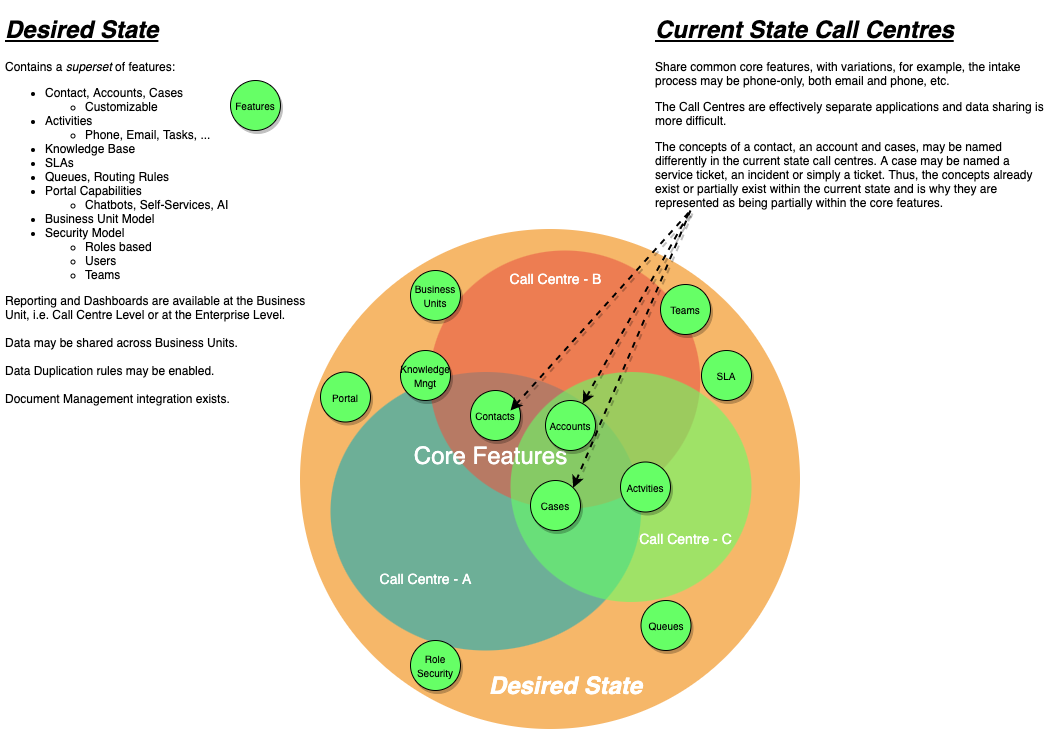
Before: resources/images/gap.png, a diagram exported from draw.io (hanyg/gitdemo). Source tidied: cells renumbered, new cells last; positions are measured from the earlier drawing's top-left corner, leaving out a move shared by most shapes. Source of this version:
```xml
<mxGraphModel>
  <root>
    <mxCell id="0" />
    <mxCell id="1" parent="0" />
    <mxCell id="2" style="ellipse;fillColor=#F08705;opacity=60;strokeColor=none;html=1;fontColor=#FFFFFF;" parent="1" vertex="1">
      <mxGeometry x="299.5" y="218.5" width="500" height="500" as="geometry" />
    </mxCell>
    <mxCell id="3" style="ellipse;fillColor=#12AAB5;opacity=60;strokeColor=none;html=1;fontColor=#FFFFFF;" parent="1" vertex="1">
      <mxGeometry x="330" y="361.5" width="310.5" height="278.5" as="geometry" />
    </mxCell>
    <mxCell id="4" style="ellipse;fillColor=#e85642;opacity=60;strokeColor=none;html=1;fontColor=#FFFFFF;" parent="1" vertex="1">
      <mxGeometry x="429.2" y="240" width="270.5" height="258.5" as="geometry" />
    </mxCell>
    <mxCell id="5" value="&lt;font style=&quot;font-size: 14px&quot;&gt;Call Centre - A&lt;/font&gt;" style="text;fontSize=24;align=center;verticalAlign=middle;html=1;fontColor=#FFFFFF;" parent="1" vertex="1">
      <mxGeometry x="330" y="530" width="190" height="70" as="geometry" />
    </mxCell>
    <mxCell id="6" value="&lt;b&gt;&lt;i&gt;Desired State&lt;/i&gt;&lt;/b&gt;" style="text;fontSize=24;align=center;verticalAlign=middle;html=1;fontColor=#FFFFFF;" parent="1" vertex="1">
      <mxGeometry x="469.5" y="640" width="190" height="70" as="geometry" />
    </mxCell>
    <mxCell id="7" value="&lt;font style=&quot;font-size: 14px&quot;&gt;Call Centre - B&lt;/font&gt;" style="text;fontSize=24;align=center;verticalAlign=middle;html=1;fontColor=#FFFFFF;" parent="1" vertex="1">
      <mxGeometry x="460" y="230" width="190" height="70" as="geometry" />
    </mxCell>
    <mxCell id="8" style="ellipse;opacity=60;strokeColor=none;html=1;fontColor=#FFFFFF;fillColor=#66FF66;" parent="1" vertex="1">
      <mxGeometry x="510" y="361.5" width="241" height="230" as="geometry" />
    </mxCell>
    <mxCell id="9" value="&lt;font style=&quot;font-size: 14px&quot;&gt;Call Centre - C&lt;/font&gt;" style="text;fontSize=24;align=center;verticalAlign=middle;html=1;fontColor=#FFFFFF;" parent="1" vertex="1">
      <mxGeometry x="590" y="490" width="190" height="70" as="geometry" />
    </mxCell>
    <mxCell id="10" value="Core Features" style="text;fontSize=24;align=center;verticalAlign=middle;html=1;fontColor=#FFFFFF;" parent="1" vertex="1">
      <mxGeometry x="395" y="410" width="190" height="70" as="geometry" />
    </mxCell>
    <mxCell id="11" value="&lt;h1&gt;&lt;i&gt;&lt;u&gt;Desired State&lt;/u&gt;&lt;/i&gt;&lt;/h1&gt;&lt;p&gt;Contains a &lt;i&gt;superset &lt;/i&gt;of features:&lt;/p&gt;&lt;p&gt;&lt;/p&gt;&lt;ul&gt;&lt;li&gt;Contact, Accounts, Cases&lt;/li&gt;&lt;ul&gt;&lt;li&gt;&lt;span&gt;Customizable&lt;/span&gt;&lt;/li&gt;&lt;/ul&gt;&lt;li&gt;Activities&lt;/li&gt;&lt;ul&gt;&lt;li&gt;Phone, Email, Tasks, ...&lt;/li&gt;&lt;/ul&gt;&lt;li&gt;Knowledge Base&lt;/li&gt;&lt;li&gt;SLAs&lt;/li&gt;&lt;li&gt;Queues, Routing Rules&lt;/li&gt;&lt;li&gt;Portal Capabilities&lt;/li&gt;&lt;ul&gt;&lt;li&gt;Chatbots, Self-Services, AI&lt;/li&gt;&lt;/ul&gt;&lt;li&gt;Business Unit Model&lt;/li&gt;&lt;li&gt;Security Model&lt;/li&gt;&lt;ul&gt;&lt;li&gt;Roles based&lt;/li&gt;&lt;li&gt;Users&lt;/li&gt;&lt;li&gt;Teams&lt;/li&gt;&lt;/ul&gt;&lt;/ul&gt;&lt;span&gt;Reporting and Dashboards are available at the Business Unit, i.e. Call Centre Level or at the Enterprise Level.&lt;/span&gt;&lt;br&gt;&lt;div&gt;&lt;br&gt;&lt;/div&gt;&lt;div&gt;Data may be shared across Business Units.&lt;/div&gt;&lt;div&gt;&lt;br&gt;&lt;/div&gt;&lt;div&gt;Data Duplication rules may be enabled.&lt;/div&gt;&lt;div&gt;&lt;br&gt;&lt;/div&gt;&lt;div&gt;Document Management integration exists.&lt;/div&gt;&lt;br&gt;&lt;p&gt;&lt;/p&gt;" style="text;html=1;strokeColor=none;fillColor=none;spacing=5;spacingTop=-20;whiteSpace=wrap;overflow=hidden;rounded=0;" parent="1" vertex="1">
      <mxGeometry width="320" height="460" as="geometry" />
    </mxCell>
    <mxCell id="12" value="&lt;h1&gt;&lt;i&gt;&lt;u&gt;Current State Call Centres&lt;/u&gt;&lt;/i&gt;&lt;/h1&gt;&lt;p&gt;Share common core&amp;nbsp;features, with variations, for example, the intake process may be phone-only, both email and phone, etc.&lt;/p&gt;&lt;p&gt;The Call Centres are effectively separate applications and data sharing is more difficult.&lt;/p&gt;&lt;p&gt;The concepts of a contact, an account and cases, may be named differently in the current state call centres. A case may be named a service ticket, an incident or simply a ticket. Thus, the concepts already exist or partially exist within the current state and is why they are represented as being partially within the core features.&lt;/p&gt;&lt;br&gt;&lt;p&gt;&lt;/p&gt;" style="text;html=1;strokeColor=none;fillColor=none;spacing=5;spacingTop=-20;whiteSpace=wrap;overflow=hidden;rounded=0;" parent="1" vertex="1">
      <mxGeometry x="650" width="400" height="310" as="geometry" />
    </mxCell>
    <mxCell id="13" value="&lt;font style=&quot;font-size: 10px&quot;&gt;Contacts&lt;/font&gt;" style="ellipse;whiteSpace=wrap;html=1;fillColor=#66FF66;shadow=1;" parent="1" vertex="1">
      <mxGeometry x="470" y="380" width="50" height="50" as="geometry" />
    </mxCell>
    <mxCell id="14" value="&lt;font style=&quot;font-size: 10px&quot;&gt;Accounts&lt;/font&gt;" style="ellipse;whiteSpace=wrap;html=1;fillColor=#66FF66;shadow=1;" parent="1" vertex="1">
      <mxGeometry x="545" y="390" width="50" height="50" as="geometry" />
    </mxCell>
    <mxCell id="15" value="&lt;font style=&quot;font-size: 10px&quot;&gt;Cases&lt;/font&gt;" style="ellipse;whiteSpace=wrap;html=1;fillColor=#66FF66;shadow=1;" parent="1" vertex="1">
      <mxGeometry x="530" y="470" width="50" height="50" as="geometry" />
    </mxCell>
    <mxCell id="16" value="&lt;font style=&quot;font-size: 10px&quot;&gt;Actvities&lt;/font&gt;" style="ellipse;whiteSpace=wrap;html=1;fillColor=#66FF66;shadow=1;" parent="1" vertex="1">
      <mxGeometry x="620" y="451.5" width="50" height="50" as="geometry" />
    </mxCell>
    <mxCell id="17" value="&lt;font style=&quot;font-size: 10px&quot;&gt;Knowledge&lt;br&gt;Mngt&lt;br&gt;&lt;/font&gt;" style="ellipse;whiteSpace=wrap;html=1;fillColor=#66FF66;shadow=1;" parent="1" vertex="1">
      <mxGeometry x="400" y="340" width="50" height="50" as="geometry" />
    </mxCell>
    <mxCell id="18" value="&lt;font style=&quot;font-size: 10px&quot;&gt;SLA&lt;br&gt;&lt;/font&gt;" style="ellipse;whiteSpace=wrap;html=1;fillColor=#66FF66;shadow=1;" parent="1" vertex="1">
      <mxGeometry x="701" y="340" width="50" height="50" as="geometry" />
    </mxCell>
    <mxCell id="19" value="&lt;font style=&quot;font-size: 10px&quot;&gt;Queues&lt;br&gt;&lt;/font&gt;" style="ellipse;whiteSpace=wrap;html=1;fillColor=#66FF66;shadow=1;" parent="1" vertex="1">
      <mxGeometry x="640.5" y="590" width="50" height="50" as="geometry" />
    </mxCell>
    <mxCell id="20" value="&lt;font style=&quot;font-size: 10px&quot;&gt;Portal&lt;span style=&quot;color: rgba(0 , 0 , 0 , 0) ; font-family: monospace ; font-size: 0px&quot;&gt;%3CmxGraphModel%3E%3Croot%3E%3CmxCell%20id%3D%220%22%2F%3E%3CmxCell%20id%3D%221%22%20parent%3D%220%22%2F%3E%3CmxCell%20id%3D%222%22%20value%3D%22%26lt%3Bfont%20style%3D%26quot%3Bfont-size%3A%2010px%26quot%3B%26gt%3BQueues%26lt%3Bbr%26gt%3B%26lt%3B%2Ffont%26gt%3B%22%20style%3D%22ellipse%3BwhiteSpace%3Dwrap%3Bhtml%3D1%3Baspect%3Dfixed%3BfillColor%3D%2366FF66%3B%22%20vertex%3D%221%22%20parent%3D%221%22%3E%3CmxGeometry%20x%3D%22680.5%22%20y%3D%22680%22%20width%3D%2250%22%20height%3D%2250%22%20as%3D%22geometry%22%2F%3E%3C%2FmxCell%3E%3C%2Froot%3E%3C%2FmxGraphModel%3E&lt;/span&gt;&lt;br&gt;&lt;/font&gt;" style="ellipse;whiteSpace=wrap;html=1;fillColor=#66FF66;shadow=1;" parent="1" vertex="1">
      <mxGeometry x="320" y="361.5" width="50" height="50" as="geometry" />
    </mxCell>
    <mxCell id="21" value="&lt;font style=&quot;font-size: 10px&quot;&gt;Business&lt;br&gt;Units&lt;br&gt;&lt;/font&gt;" style="ellipse;whiteSpace=wrap;html=1;fillColor=#66FF66;shadow=1;" parent="1" vertex="1">
      <mxGeometry x="410" y="260" width="50" height="50" as="geometry" />
    </mxCell>
    <mxCell id="22" value="&lt;font style=&quot;font-size: 10px&quot;&gt;Role&lt;br&gt;Security&lt;br&gt;&lt;/font&gt;" style="ellipse;whiteSpace=wrap;html=1;fillColor=#66FF66;shadow=1;" parent="1" vertex="1">
      <mxGeometry x="410" y="630" width="50" height="50" as="geometry" />
    </mxCell>
    <mxCell id="23" value="&lt;font style=&quot;font-size: 10px&quot;&gt;Teams&lt;br&gt;&lt;/font&gt;" style="ellipse;whiteSpace=wrap;html=1;fillColor=#66FF66;shadow=1;" parent="1" vertex="1">
      <mxGeometry x="660" y="274" width="50" height="50" as="geometry" />
    </mxCell>
    <mxCell id="24" value="&lt;font style=&quot;font-size: 10px&quot;&gt;Features&lt;br&gt;&lt;/font&gt;" style="ellipse;whiteSpace=wrap;html=1;fillColor=#66FF66;shadow=1;" parent="1" vertex="1">
      <mxGeometry x="230" y="70" width="50" height="50" as="geometry" />
    </mxCell>
    <mxCell id="25" style="endArrow=none;html=1;startArrow=classic;startFill=1;endFill=0;shadow=1;dashed=1;strokeWidth=2;" parent="1" edge="1">
      <mxGeometry relative="1" as="geometry">
        <mxPoint x="510" y="400" as="sourcePoint" />
        <mxPoint x="690" y="200" as="targetPoint" />
      </mxGeometry>
    </mxCell>
    <mxCell id="26" style="endArrow=none;html=1;startArrow=classic;startFill=1;endFill=0;shadow=1;dashed=1;strokeWidth=2;" parent="1" edge="1" source="14">
      <mxGeometry relative="1" as="geometry">
        <mxPoint x="690" y="200" as="targetPoint" />
      </mxGeometry>
    </mxCell>
    <mxCell id="27" style="endArrow=none;html=1;startArrow=classic;startFill=1;endFill=0;exitX=1;exitY=0;exitDx=0;exitDy=0;shadow=1;dashed=1;strokeWidth=2;" parent="1" edge="1" source="15">
      <mxGeometry relative="1" as="geometry">
        <mxPoint x="690" y="200" as="targetPoint" />
      </mxGeometry>
    </mxCell>
  </root>
</mxGraphModel>
```
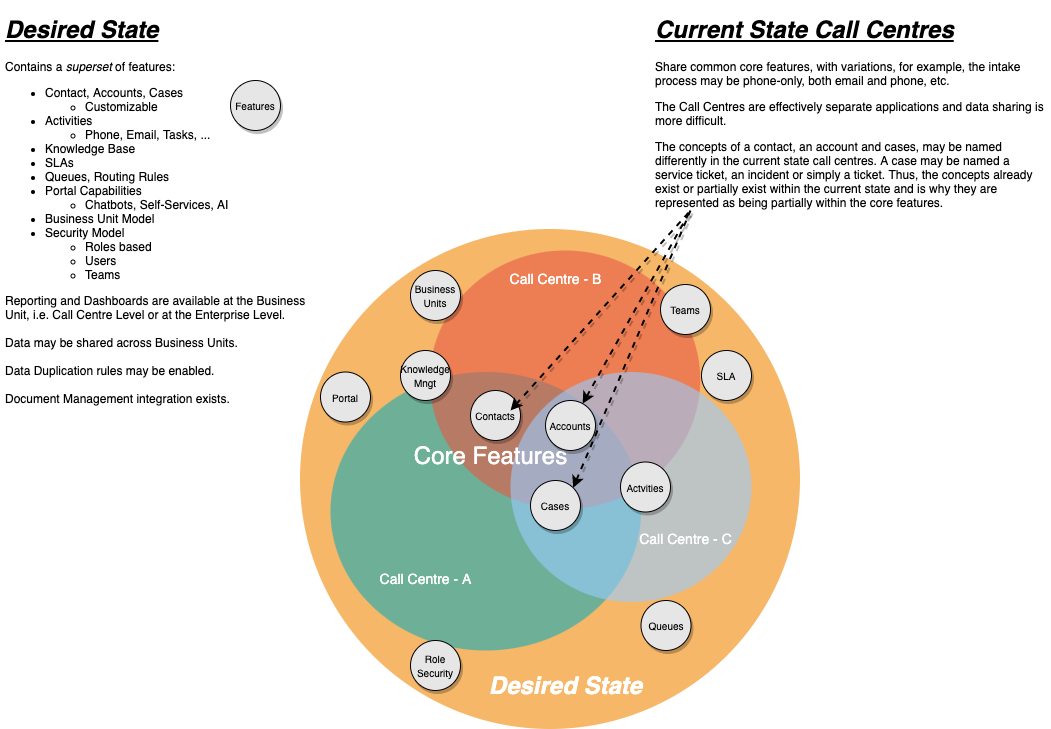
The same diagram one commit later.

Diff of the diagram source:
```diff
@@ -20,7 +20,7 @@
     <mxCell id="7" value="&lt;font style=&quot;font-size: 14px&quot;&gt;Call Centre - B&lt;/font&gt;" style="text;fontSize=24;align=center;verticalAlign=middle;html=1;fontColor=#FFFFFF;" parent="1" vertex="1">
       <mxGeometry x="460" y="230" width="190" height="70" as="geometry" />
     </mxCell>
-    <mxCell id="8" style="ellipse;opacity=60;strokeColor=none;html=1;fontColor=#FFFFFF;fillColor=#66FF66;" parent="1" vertex="1">
+    <mxCell id="8" style="ellipse;opacity=60;strokeColor=none;html=1;fontColor=#FFFFFF;fillColor=#99CCFF;" parent="1" vertex="1">
       <mxGeometry x="510" y="361.5" width="241" height="230" as="geometry" />
     </mxCell>
     <mxCell id="9" value="&lt;font style=&quot;font-size: 14px&quot;&gt;Call Centre - C&lt;/font&gt;" style="text;fontSize=24;align=center;verticalAlign=middle;html=1;fontColor=#FFFFFF;" parent="1" vertex="1">
@@ -35,40 +35,40 @@
     <mxCell id="12" value="&lt;h1&gt;&lt;i&gt;&lt;u&gt;Current State Call Centres&lt;/u&gt;&lt;/i&gt;&lt;/h1&gt;&lt;p&gt;Share common core&amp;nbsp;features, with variations, for example, the intake process may be phone-only, both email and phone, etc.&lt;/p&gt;&lt;p&gt;The Call Centres are effectively separate applications and data sharing is more difficult.&lt;/p&gt;&lt;p&gt;The concepts of a contact, an account and cases, may be named differently in the current state call centres. A case may be named a service ticket, an incident or simply a ticket. Thus, the concepts already exist or partially exist within the current state and is why they are represented as being partially within the core features.&lt;/p&gt;&lt;br&gt;&lt;p&gt;&lt;/p&gt;" style="text;html=1;strokeColor=none;fillColor=none;spacing=5;spacingTop=-20;whiteSpace=wrap;overflow=hidden;rounded=0;" parent="1" vertex="1">
       <mxGeometry x="650" width="400" height="310" as="geometry" />
     </mxCell>
-    <mxCell id="13" value="&lt;font style=&quot;font-size: 10px&quot;&gt;Contacts&lt;/font&gt;" style="ellipse;whiteSpace=wrap;html=1;fillColor=#66FF66;shadow=1;" parent="1" vertex="1">
+    <mxCell id="13" value="&lt;font style=&quot;font-size: 10px&quot;&gt;Contacts&lt;/font&gt;" style="ellipse;whiteSpace=wrap;html=1;shadow=1;fillColor=#E6E6E6;" parent="1" vertex="1">
       <mxGeometry x="470" y="380" width="50" height="50" as="geometry" />
     </mxCell>
-    <mxCell id="14" value="&lt;font style=&quot;font-size: 10px&quot;&gt;Accounts&lt;/font&gt;" style="ellipse;whiteSpace=wrap;html=1;fillColor=#66FF66;shadow=1;" parent="1" vertex="1">
+    <mxCell id="14" value="&lt;font style=&quot;font-size: 10px&quot;&gt;Accounts&lt;/font&gt;" style="ellipse;whiteSpace=wrap;html=1;shadow=1;fillColor=#E6E6E6;" parent="1" vertex="1">
       <mxGeometry x="545" y="390" width="50" height="50" as="geometry" />
     </mxCell>
-    <mxCell id="15" value="&lt;font style=&quot;font-size: 10px&quot;&gt;Cases&lt;/font&gt;" style="ellipse;whiteSpace=wrap;html=1;fillColor=#66FF66;shadow=1;" parent="1" vertex="1">
+    <mxCell id="15" value="&lt;font style=&quot;font-size: 10px&quot;&gt;Cases&lt;/font&gt;" style="ellipse;whiteSpace=wrap;html=1;shadow=1;fillColor=#E6E6E6;" parent="1" vertex="1">
       <mxGeometry x="530" y="470" width="50" height="50" as="geometry" />
     </mxCell>
-    <mxCell id="16" value="&lt;font style=&quot;font-size: 10px&quot;&gt;Actvities&lt;/font&gt;" style="ellipse;whiteSpace=wrap;html=1;fillColor=#66FF66;shadow=1;" parent="1" vertex="1">
+    <mxCell id="16" value="&lt;font style=&quot;font-size: 10px&quot;&gt;Actvities&lt;/font&gt;" style="ellipse;whiteSpace=wrap;html=1;shadow=1;fillColor=#E6E6E6;" parent="1" vertex="1">
       <mxGeometry x="620" y="451.5" width="50" height="50" as="geometry" />
     </mxCell>
-    <mxCell id="17" value="&lt;font style=&quot;font-size: 10px&quot;&gt;Knowledge&lt;br&gt;Mngt&lt;br&gt;&lt;/font&gt;" style="ellipse;whiteSpace=wrap;html=1;fillColor=#66FF66;shadow=1;" parent="1" vertex="1">
+    <mxCell id="17" value="&lt;font style=&quot;font-size: 10px&quot;&gt;Knowledge&lt;br&gt;Mngt&lt;br&gt;&lt;/font&gt;" style="ellipse;whiteSpace=wrap;html=1;shadow=1;fillColor=#E6E6E6;" parent="1" vertex="1">
       <mxGeometry x="400" y="340" width="50" height="50" as="geometry" />
     </mxCell>
-    <mxCell id="18" value="&lt;font style=&quot;font-size: 10px&quot;&gt;SLA&lt;br&gt;&lt;/font&gt;" style="ellipse;whiteSpace=wrap;html=1;fillColor=#66FF66;shadow=1;" parent="1" vertex="1">
+    <mxCell id="18" value="&lt;font style=&quot;font-size: 10px&quot;&gt;SLA&lt;br&gt;&lt;/font&gt;" style="ellipse;whiteSpace=wrap;html=1;shadow=1;fillColor=#E6E6E6;" parent="1" vertex="1">
       <mxGeometry x="701" y="340" width="50" height="50" as="geometry" />
     </mxCell>
-    <mxCell id="19" value="&lt;font style=&quot;font-size: 10px&quot;&gt;Queues&lt;br&gt;&lt;/font&gt;" style="ellipse;whiteSpace=wrap;html=1;fillColor=#66FF66;shadow=1;" parent="1" vertex="1">
+    <mxCell id="19" value="&lt;font style=&quot;font-size: 10px&quot;&gt;Queues&lt;br&gt;&lt;/font&gt;" style="ellipse;whiteSpace=wrap;html=1;shadow=1;fillColor=#E6E6E6;" parent="1" vertex="1">
       <mxGeometry x="640.5" y="590" width="50" height="50" as="geometry" />
     </mxCell>
-    <mxCell id="20" value="&lt;font style=&quot;font-size: 10px&quot;&gt;Portal&lt;span style=&quot;color: rgba(0 , 0 , 0 , 0) ; font-family: monospace ; font-size: 0px&quot;&gt;%3CmxGraphModel%3E%3Croot%3E%3CmxCell%20id%3D%220%22%2F%3E%3CmxCell%20id%3D%221%22%20parent%3D%220%22%2F%3E%3CmxCell%20id%3D%222%22%20value%3D%22%26lt%3Bfont%20style%3D%26quot%3Bfont-size%3A%2010px%26quot%3B%26gt%3BQueues%26lt%3Bbr%26gt%3B%26lt%3B%2Ffont%26gt%3B%22%20style%3D%22ellipse%3BwhiteSpace%3Dwrap%3Bhtml%3D1%3Baspect%3Dfixed%3BfillColor%3D%2366FF66%3B%22%20vertex%3D%221%22%20parent%3D%221%22%3E%3CmxGeometry%20x%3D%22680.5%22%20y%3D%22680%22%20width%3D%2250%22%20height%3D%2250%22%20as%3D%22geometry%22%2F%3E%3C%2FmxCell%3E%3C%2Froot%3E%3C%2FmxGraphModel%3E&lt;/span&gt;&lt;br&gt;&lt;/font&gt;" style="ellipse;whiteSpace=wrap;html=1;fillColor=#66FF66;shadow=1;" parent="1" vertex="1">
+    <mxCell id="20" value="&lt;font style=&quot;font-size: 10px&quot;&gt;Portal&lt;span style=&quot;color: rgba(0 , 0 , 0 , 0) ; font-family: monospace ; font-size: 0px&quot;&gt;%3CmxGraphModel%3E%3Croot%3E%3CmxCell%20id%3D%220%22%2F%3E%3CmxCell%20id%3D%221%22%20parent%3D%220%22%2F%3E%3CmxCell%20id%3D%222%22%20value%3D%22%26lt%3Bfont%20style%3D%26quot%3Bfont-size%3A%2010px%26quot%3B%26gt%3BQueues%26lt%3Bbr%26gt%3B%26lt%3B%2Ffont%26gt%3B%22%20style%3D%22ellipse%3BwhiteSpace%3Dwrap%3Bhtml%3D1%3Baspect%3Dfixed%3BfillColor%3D%2366FF66%3B%22%20vertex%3D%221%22%20parent%3D%221%22%3E%3CmxGeometry%20x%3D%22680.5%22%20y%3D%22680%22%20width%3D%2250%22%20height%3D%2250%22%20as%3D%22geometry%22%2F%3E%3C%2FmxCell%3E%3C%2Froot%3E%3C%2FmxGraphModel%3E&lt;/span&gt;&lt;br&gt;&lt;/font&gt;" style="ellipse;whiteSpace=wrap;html=1;shadow=1;fillColor=#E6E6E6;" parent="1" vertex="1">
       <mxGeometry x="320" y="361.5" width="50" height="50" as="geometry" />
     </mxCell>
-    <mxCell id="21" value="&lt;font style=&quot;font-size: 10px&quot;&gt;Business&lt;br&gt;Units&lt;br&gt;&lt;/font&gt;" style="ellipse;whiteSpace=wrap;html=1;fillColor=#66FF66;shadow=1;" parent="1" vertex="1">
+    <mxCell id="21" value="&lt;font style=&quot;font-size: 10px&quot;&gt;Business&lt;br&gt;Units&lt;br&gt;&lt;/font&gt;" style="ellipse;whiteSpace=wrap;html=1;shadow=1;fillColor=#E6E6E6;" parent="1" vertex="1">
       <mxGeometry x="410" y="260" width="50" height="50" as="geometry" />
     </mxCell>
-    <mxCell id="22" value="&lt;font style=&quot;font-size: 10px&quot;&gt;Role&lt;br&gt;Security&lt;br&gt;&lt;/font&gt;" style="ellipse;whiteSpace=wrap;html=1;fillColor=#66FF66;shadow=1;" parent="1" vertex="1">
+    <mxCell id="22" value="&lt;font style=&quot;font-size: 10px&quot;&gt;Role&lt;br&gt;Security&lt;br&gt;&lt;/font&gt;" style="ellipse;whiteSpace=wrap;html=1;shadow=1;fillColor=#E6E6E6;" parent="1" vertex="1">
       <mxGeometry x="410" y="630" width="50" height="50" as="geometry" />
     </mxCell>
-    <mxCell id="23" value="&lt;font style=&quot;font-size: 10px&quot;&gt;Teams&lt;br&gt;&lt;/font&gt;" style="ellipse;whiteSpace=wrap;html=1;fillColor=#66FF66;shadow=1;" parent="1" vertex="1">
+    <mxCell id="23" value="&lt;font style=&quot;font-size: 10px&quot;&gt;Teams&lt;br&gt;&lt;/font&gt;" style="ellipse;whiteSpace=wrap;html=1;shadow=1;fillColor=#E6E6E6;" parent="1" vertex="1">
       <mxGeometry x="660" y="274" width="50" height="50" as="geometry" />
     </mxCell>
-    <mxCell id="24" value="&lt;font style=&quot;font-size: 10px&quot;&gt;Features&lt;br&gt;&lt;/font&gt;" style="ellipse;whiteSpace=wrap;html=1;fillColor=#66FF66;shadow=1;" parent="1" vertex="1">
+    <mxCell id="24" value="&lt;font style=&quot;font-size: 10px&quot;&gt;Features&lt;br&gt;&lt;/font&gt;" style="ellipse;whiteSpace=wrap;html=1;shadow=1;fillColor=#E6E6E6;" parent="1" vertex="1">
       <mxGeometry x="230" y="70" width="50" height="50" as="geometry" />
     </mxCell>
     <mxCell id="25" style="endArrow=none;html=1;startArrow=classic;startFill=1;endFill=0;shadow=1;dashed=1;strokeWidth=2;" parent="1" edge="1">
```
